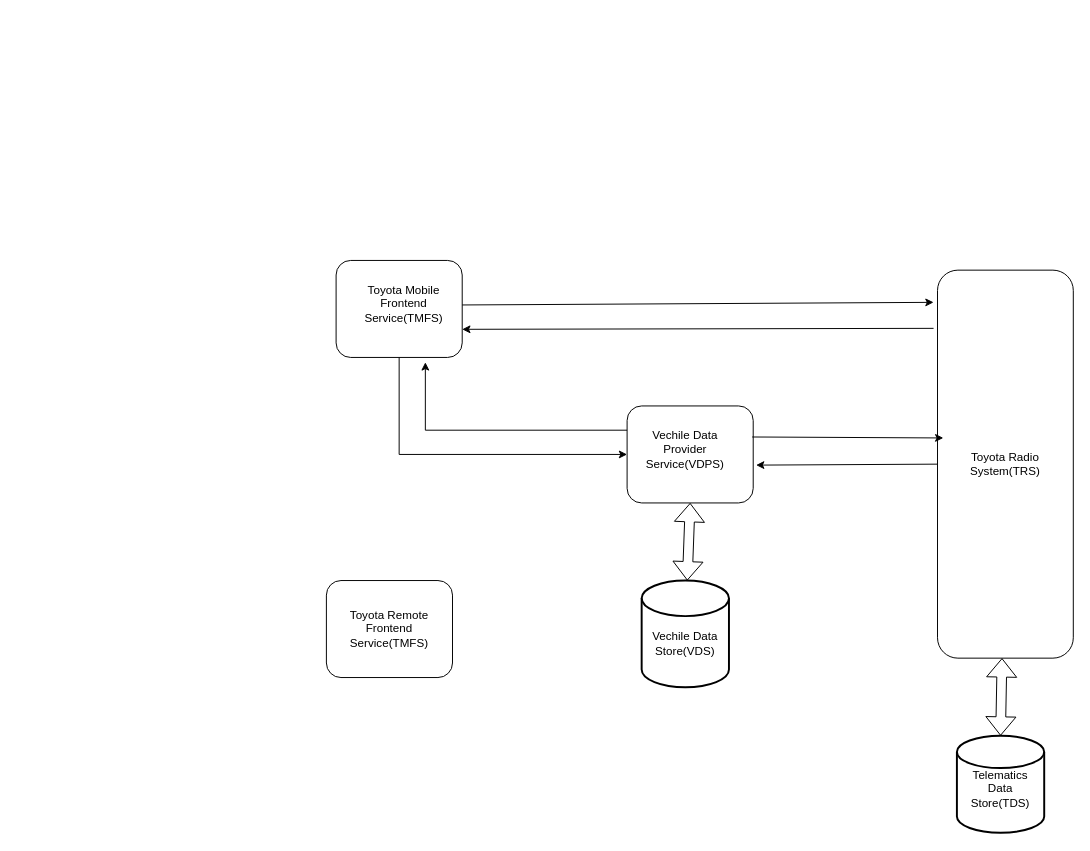
Earlier version of the draw.io diagram Untitled Diagram.drawio (vijay21221/ToyotaRemoteConnect). Source tidied: cells renumbered, new cells numbered last; positions are measured from the earlier drawing's top-left corner, leaving out a move shared by most shapes. Both pictures are drawn from the tidied source at 97%, with x=0, y=0 at pixel (326, 260).
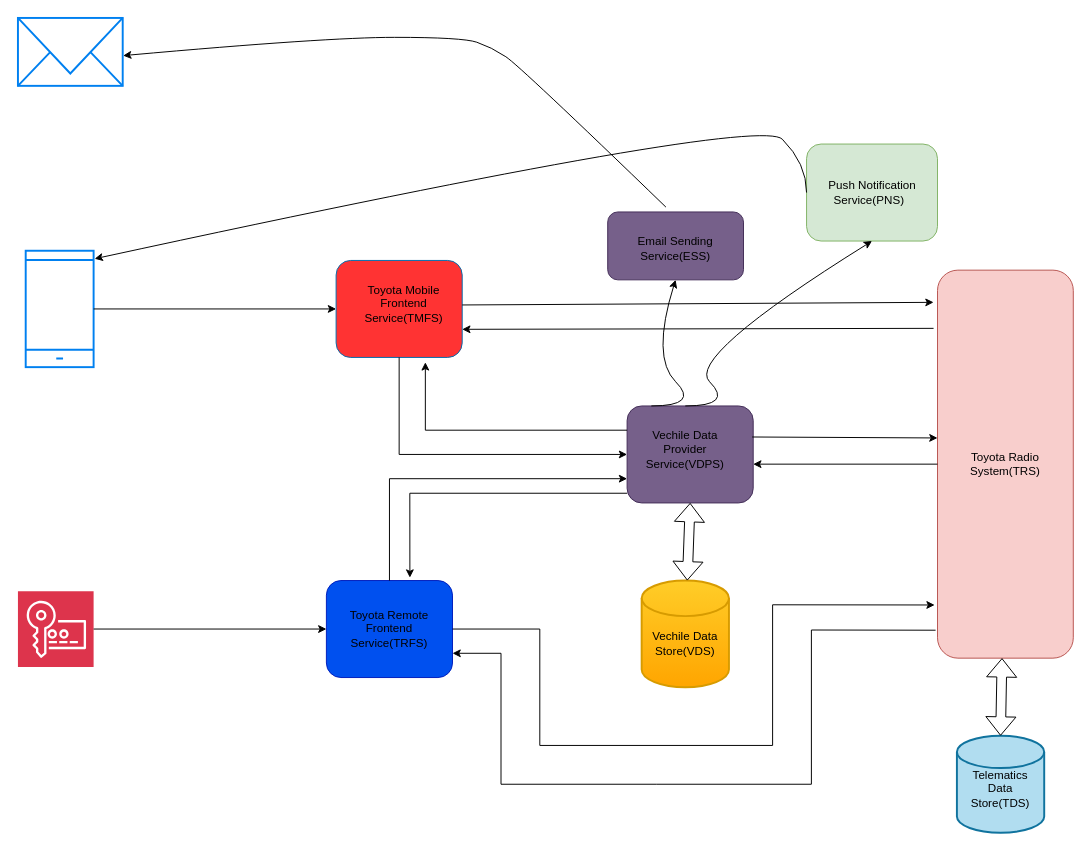
After the change.

Commit message:
highlevel_design

Diff of the diagram source:
```diff
@@
-    <mxCell id="2" style="rounded=1;whiteSpace=wrap;html=1;" parent="1" vertex="1">
+    <mxCell id="2" style="rounded=1;whiteSpace=wrap;html=1;fillColor=#0050ef;fontColor=#ffffff;strokeColor=#001DBC;" parent="1" vertex="1">
       <mxGeometry y="330" width="130" height="100" as="geometry" />
     </mxCell>
-    <mxCell id="3" style="rounded=1;whiteSpace=wrap;html=1;" parent="1" vertex="1">
+    <mxCell id="3" style="rounded=1;whiteSpace=wrap;html=1;fillColor=#FF3333;fontColor=#ffffff;strokeColor=#006EAF;" parent="1" vertex="1">
       <mxGeometry x="10" width="130" height="100" as="geometry" />
     </mxCell>
-    <mxCell id="4" style="rounded=1;whiteSpace=wrap;html=1;" parent="1" vertex="1">
+    <mxCell id="4" style="rounded=1;whiteSpace=wrap;html=1;fillColor=#76608a;fontColor=#ffffff;strokeColor=#432D57;" parent="1" vertex="1">
       <mxGeometry x="310" y="150" width="130" height="100" as="geometry" />
     </mxCell>
-    <mxCell id="5" style="rounded=1;whiteSpace=wrap;html=1;" parent="1" vertex="1">
+    <mxCell id="5" style="rounded=1;whiteSpace=wrap;html=1;fillColor=#f8cecc;strokeColor=#b85450;" parent="1" vertex="1">
       <mxGeometry x="630" y="10" width="140" height="400" as="geometry" />
     </mxCell>
@@
-    <mxCell id="7" style="strokeWidth=2;html=1;shape=mxgraph.flowchart.database;whiteSpace=wrap;" parent="1" vertex="1">
+    <mxCell id="7" style="strokeWidth=2;html=1;shape=mxgraph.flowchart.database;whiteSpace=wrap;fillColor=#ffcd28;gradientColor=#ffa500;strokeColor=#d79b00;" parent="1" vertex="1">
       <mxGeometry x="325" y="330" width="90" height="110" as="geometry" />
     </mxCell>
-    <mxCell id="8" style="strokeWidth=2;html=1;shape=mxgraph.flowchart.database;whiteSpace=wrap;" parent="1" vertex="1">
+    <mxCell id="8" style="strokeWidth=2;html=1;shape=mxgraph.flowchart.database;whiteSpace=wrap;fillColor=#b1ddf0;strokeColor=#10739e;" parent="1" vertex="1">
       <mxGeometry x="650" y="490" width="90" height="100" as="geometry" />
     </mxCell>
@@
-    <mxCell id="13" value="Toyota Remote Frontend Service(TMFS)" style="text;html=1;strokeColor=none;fillColor=none;align=center;verticalAlign=middle;whiteSpace=wrap;rounded=0;" parent="1" vertex="1">
+    <mxCell id="13" value="Toyota Remote Frontend Service(TRFS)" style="text;html=1;strokeColor=none;fillColor=none;align=center;verticalAlign=middle;whiteSpace=wrap;rounded=0;" parent="1" vertex="1">
       <mxGeometry x="15" y="365" width="100" height="30" as="geometry" />
     </mxCell>
@@
-    <mxCell id="15" style="endArrow=classic;html=1;rounded=0;exitX=0;exitY=0.5;exitDx=0;exitDy=0;entryX=1.023;entryY=0.61;entryDx=0;entryDy=0;entryPerimeter=0;" parent="1" edge="1" source="5" target="4">
-      <mxGeometry relative="1" as="geometry" />
+    <mxCell id="15" style="endArrow=classic;html=1;rounded=0;exitX=0;exitY=0.5;exitDx=0;exitDy=0;" parent="1" edge="1" source="5">
+      <mxGeometry relative="1" as="geometry">
+        <mxPoint x="440" y="210" as="targetPoint" />
+      </mxGeometry>
     </mxCell>
@@
-    <mxCell id="18" style="endArrow=classic;html=1;rounded=0;entryX=-0.029;entryY=0.408;entryDx=0;entryDy=0;entryPerimeter=0;exitX=0.992;exitY=0.32;exitDx=0;exitDy=0;exitPerimeter=0;" parent="1" edge="1" source="4">
+    <mxCell id="18" style="endArrow=classic;html=1;rounded=0;exitX=0.992;exitY=0.32;exitDx=0;exitDy=0;exitPerimeter=0;" parent="1" edge="1" source="4">
       <mxGeometry relative="1" as="geometry">
-        <mxPoint x="636" y="183" as="targetPoint" />
+        <mxPoint x="630" y="183" as="targetPoint" />
       </mxGeometry>
     </mxCell>
@@
+    <mxCell id="22" style="endArrow=classic;html=1;rounded=0;entryX=0;entryY=0.75;entryDx=0;entryDy=0;exitX=0.5;exitY=0;exitDx=0;exitDy=0;" parent="1" edge="1" source="2" target="4">
+      <mxGeometry relative="1" as="geometry">
+        <Array as="points">
+          <mxPoint x="65" y="225" />
+        </Array>
+      </mxGeometry>
+    </mxCell>
+    <mxCell id="23" style="endArrow=classic;html=1;rounded=0;exitX=0;exitY=0.9;exitDx=0;exitDy=0;exitPerimeter=0;entryX=0.662;entryY=-0.03;entryDx=0;entryDy=0;entryPerimeter=0;" parent="1" edge="1" source="4" target="2">
+      <mxGeometry relative="1" as="geometry">
+        <Array as="points">
+          <mxPoint x="86" y="240" />
+        </Array>
+      </mxGeometry>
+    </mxCell>
+    <mxCell id="24" style="endArrow=classic;html=1;rounded=0;entryX=-0.021;entryY=0.863;entryDx=0;entryDy=0;entryPerimeter=0;exitX=1;exitY=0.5;exitDx=0;exitDy=0;" parent="1" edge="1" source="2" target="5">
+      <mxGeometry relative="1" as="geometry">
+        <Array as="points">
+          <mxPoint x="220" y="380" />
+          <mxPoint x="220" y="500" />
+          <mxPoint x="460" y="500" />
+          <mxPoint x="460" y="355" />
+        </Array>
+      </mxGeometry>
+    </mxCell>
+    <mxCell id="25" style="endArrow=classic;html=1;rounded=0;exitX=-0.014;exitY=0.928;exitDx=0;exitDy=0;exitPerimeter=0;entryX=1;entryY=0.75;entryDx=0;entryDy=0;" parent="1" edge="1" source="5" target="2">
+      <mxGeometry relative="1" as="geometry">
+        <Array as="points">
+          <mxPoint x="500" y="381" />
+          <mxPoint x="500" y="540" />
+          <mxPoint x="340" y="540" />
+          <mxPoint x="180" y="540" />
+          <mxPoint x="180" y="405" />
+        </Array>
+      </mxGeometry>
+    </mxCell>
+    <mxCell id="26" style="rounded=1;whiteSpace=wrap;html=1;fillColor=#d5e8d4;strokeColor=#82b366;" parent="1" vertex="1">
+      <mxGeometry x="495" y="-120" width="135" height="100" as="geometry" />
+    </mxCell>
+    <mxCell id="27" value="Push Notification Service(PNS) &amp;nbsp;" style="text;html=1;strokeColor=none;fillColor=none;align=center;verticalAlign=middle;whiteSpace=wrap;rounded=0;" parent="1" vertex="1">
+      <mxGeometry x="507.5" y="-105" width="110" height="70" as="geometry" />
+    </mxCell>
+    <mxCell id="28" style="curved=1;endArrow=classic;html=1;rounded=0;entryX=0.5;entryY=1;entryDx=0;entryDy=0;" parent="1" edge="1" target="26">
+      <mxGeometry relative="1" as="geometry">
+        <mxPoint x="370" y="150" as="sourcePoint" />
+        <Array as="points">
+          <mxPoint x="420" y="150" />
+          <mxPoint x="370" y="100" />
+        </Array>
+      </mxGeometry>
+    </mxCell>
+    <mxCell id="29" style="curved=1;endArrow=classic;html=1;rounded=0;exitX=0;exitY=0.5;exitDx=0;exitDy=0;entryX=1.015;entryY=0.069;entryDx=0;entryDy=0;entryPerimeter=0;" parent="1" edge="1" source="26" target="33">
+      <mxGeometry relative="1" as="geometry">
+        <Array as="points">
+          <mxPoint x="495" y="-100" />
+          <mxPoint x="445" y="-150" />
+        </Array>
+      </mxGeometry>
+    </mxCell>
+    <mxCell id="30" style="rounded=1;whiteSpace=wrap;html=1;fillColor=#76608a;fontColor=#ffffff;strokeColor=#432D57;" parent="1" vertex="1">
+      <mxGeometry x="290" y="-50" width="140" height="70" as="geometry" />
+    </mxCell>
+    <mxCell id="31" value="Email Sending Service(ESS)" style="text;html=1;strokeColor=none;fillColor=none;align=center;verticalAlign=middle;whiteSpace=wrap;rounded=0;" parent="1" vertex="1">
+      <mxGeometry x="300" y="-35" width="120" height="45" as="geometry" />
+    </mxCell>
+    <mxCell id="32" style="curved=1;endArrow=classic;html=1;rounded=0;entryX=0.5;entryY=1;entryDx=0;entryDy=0;" parent="1" edge="1" target="30">
+      <mxGeometry relative="1" as="geometry">
+        <mxPoint x="335" y="150" as="sourcePoint" />
+        <Array as="points">
+          <mxPoint x="385" y="150" />
+          <mxPoint x="335" y="100" />
+        </Array>
+      </mxGeometry>
+    </mxCell>
+    <mxCell id="33" style="html=1;verticalLabelPosition=bottom;align=center;labelBackgroundColor=#ffffff;verticalAlign=top;strokeWidth=2;strokeColor=#0080F0;shadow=0;dashed=0;shape=mxgraph.ios7.icons.smartphone;" parent="1" vertex="1">
+      <mxGeometry x="-310" y="-10" width="70" height="120" as="geometry" />
+    </mxCell>
+    <mxCell id="34" style="endArrow=classic;html=1;rounded=0;exitX=1;exitY=0.5;exitDx=0;exitDy=0;exitPerimeter=0;entryX=0;entryY=0.5;entryDx=0;entryDy=0;" parent="1" edge="1" source="33" target="3">
+      <mxGeometry relative="1" as="geometry" />
+    </mxCell>
+    <mxCell id="35" style="sketch=0;points=[[0,0,0],[0.25,0,0],[0.5,0,0],[0.75,0,0],[1,0,0],[0,1,0],[0.25,1,0],[0.5,1,0],[0.75,1,0],[1,1,0],[0,0.25,0],[0,0.5,0],[0,0.75,0],[1,0.25,0],[1,0.5,0],[1,0.75,0]];outlineConnect=0;fontColor=#232F3E;fillColor=#DD344C;strokeColor=#ffffff;dashed=0;verticalLabelPosition=bottom;verticalAlign=top;align=center;html=1;fontSize=12;fontStyle=0;shape=mxgraph.aws4.resourceIcon;resIcon=mxgraph.aws4.key_management_service;" parent="1" vertex="1">
+      <mxGeometry x="-318" y="341" width="78" height="78" as="geometry" />
+    </mxCell>
+    <mxCell id="36" style="endArrow=classic;html=1;rounded=0;exitX=1;exitY=0.5;exitDx=0;exitDy=0;exitPerimeter=0;entryX=0;entryY=0.5;entryDx=0;entryDy=0;" parent="1" edge="1" source="35" target="2">
+      <mxGeometry relative="1" as="geometry" />
+    </mxCell>
+    <mxCell id="37" style="html=1;verticalLabelPosition=bottom;align=center;labelBackgroundColor=#ffffff;verticalAlign=top;strokeWidth=2;strokeColor=#0080F0;shadow=0;dashed=0;shape=mxgraph.ios7.icons.mail;" parent="1" vertex="1">
+      <mxGeometry x="-318" y="-250" width="108" height="70" as="geometry" />
+    </mxCell>
+    <mxCell id="38" style="curved=1;endArrow=classic;html=1;rounded=0;entryX=1.004;entryY=0.555;entryDx=0;entryDy=0;entryPerimeter=0;" parent="1" edge="1" target="37">
+      <mxGeometry relative="1" as="geometry">
+        <mxPoint x="350" y="-55" as="sourcePoint" />
+        <Array as="points">
+          <mxPoint x="200" y="-200" />
+          <mxPoint x="170" y="-220" />
+          <mxPoint x="140" y="-230" />
+          <mxPoint y="-230" />
+        </Array>
+      </mxGeometry>
+    </mxCell>
```
